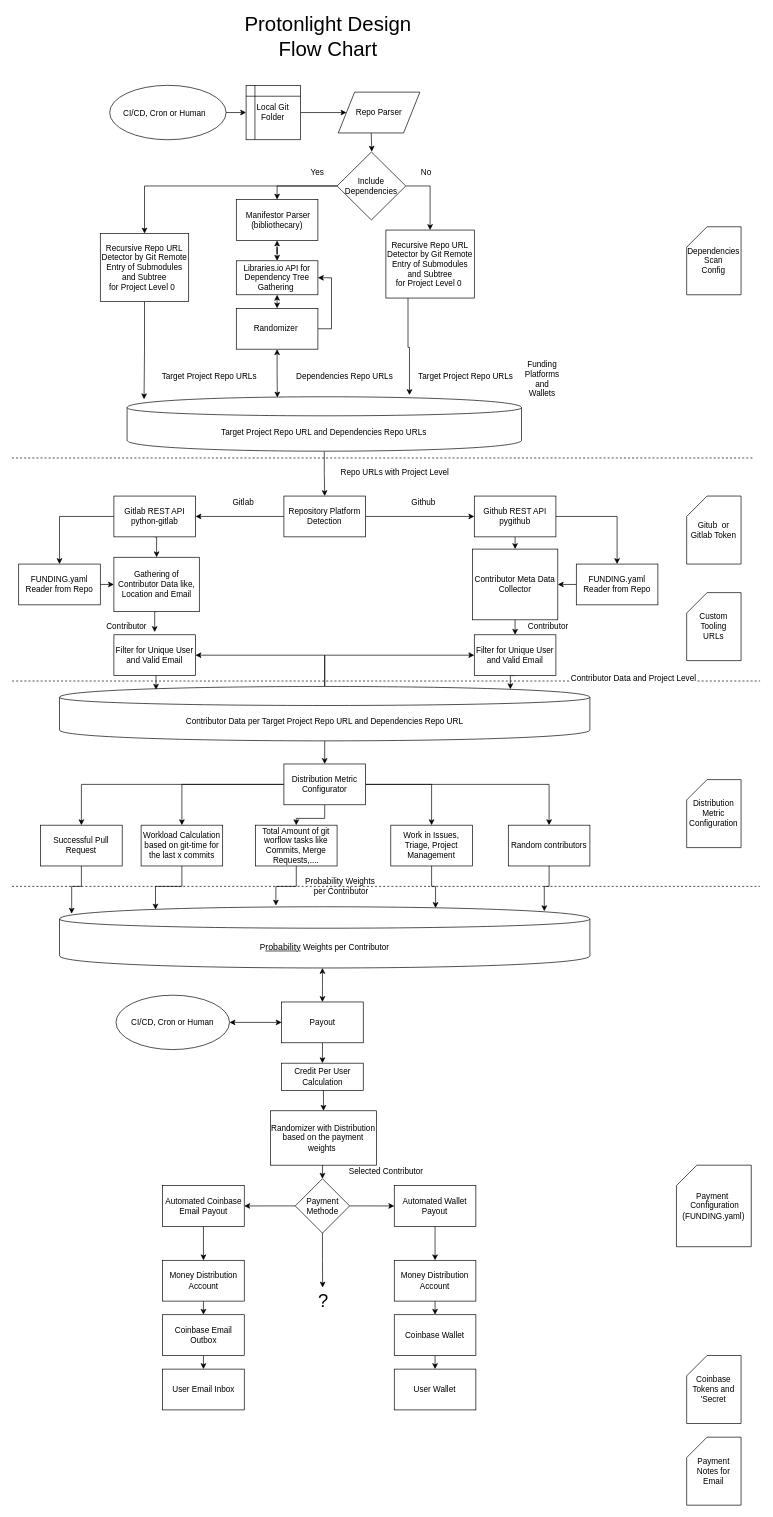
Before: docs/design/protonlight.drawio in protontypes/LibreSelery, a draw.io diagram. Source tidied: cells renumbered, new cells numbered last; positions are measured from the earlier drawing's top-left corner, leaving out a move shared by most shapes. Both pictures are drawn from the tidied source at 68%, with x=0, y=0 at pixel (12, 22).
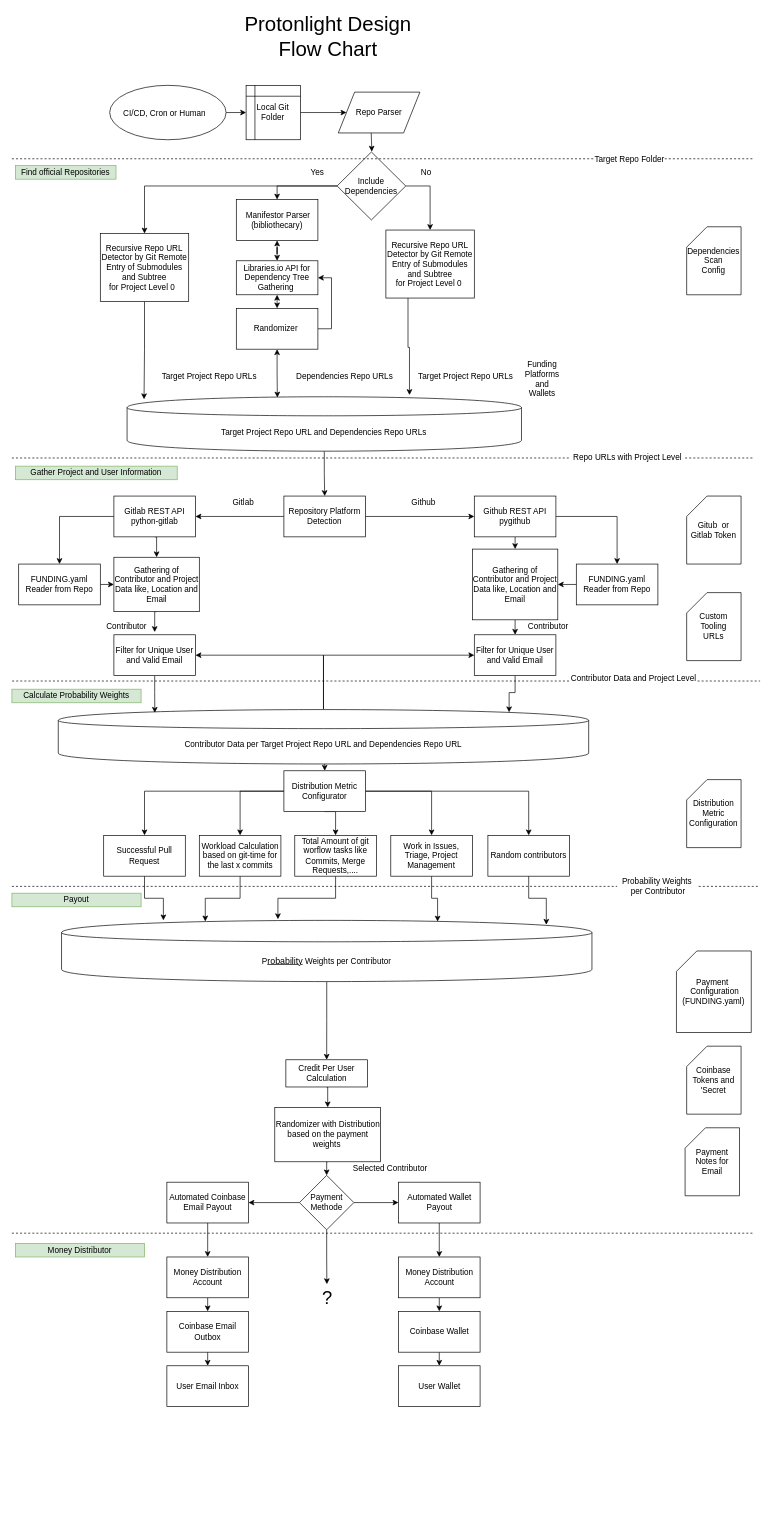
The same diagram, later.

Commit message (it also covers changes not shown here):
added text to boarders

The edit, as a diff of the source:
```diff
@@
-    <mxCell id="17" value="Repo URLs with Project Level" style="text;html=1;align=center;verticalAlign=middle;points=[];" parent="1" vertex="1">
-      <mxGeometry x="478.2" y="652" width="170" height="20" as="geometry" />
-    </mxCell>
@@
-    <mxCell id="22" value="Gathering of Contributor Data like, Location and Email" style="rounded=0;whiteSpace=wrap;html=1;" parent="1" vertex="1">
+    <mxCell id="22" value="Gathering of Contributor and Project Data like, Location and Email" style="rounded=0;whiteSpace=wrap;html=1;" parent="1" vertex="1">
       <mxGeometry x="150" y="786" width="125.6" height="80" as="geometry" />
     </mxCell>
@@
-    <mxCell id="24" value="Contributor Meta Data Collector" style="rounded=0;whiteSpace=wrap;html=1;" parent="1" vertex="1">
+    <mxCell id="24" value="Gathering of Contributor and Project Data like, Location and Email" style="rounded=0;whiteSpace=wrap;html=1;" parent="1" vertex="1">
       <mxGeometry x="677.2" y="774" width="125.6" height="104" as="geometry" />
     </mxCell>
@@
     <mxCell id="30" value="Contributor Data per Target Project Repo URL and Dependencies Repo URL" style="shape=cylinder;whiteSpace=wrap;html=1;boundedLbl=1;backgroundOutline=1;" parent="1" vertex="1">
-      <mxGeometry x="70" y="976" width="780" height="80" as="geometry" />
+      <mxGeometry x="68.2" y="1010" width="780" height="80" as="geometry" />
     </mxCell>
@@
     <mxCell id="38" value="Payment&amp;nbsp;&lt;br&gt;&amp;nbsp;Configuration&lt;br&gt;(FUNDING.yaml)" style="shape=card;whiteSpace=wrap;html=1;" parent="1" vertex="1">
-      <mxGeometry x="977.3" y="1680" width="110" height="119.9" as="geometry" />
+      <mxGeometry x="977.3" y="1365" width="110" height="119.9" as="geometry" />
     </mxCell>
@@
     <mxCell id="40" value="Payment Notes for Email" style="shape=card;whiteSpace=wrap;html=1;" parent="1" vertex="1">
-      <mxGeometry x="992.3" y="2080" width="80" height="100" as="geometry" />
+      <mxGeometry x="990" y="1625" width="80" height="100" as="geometry" />
     </mxCell>
@@
     <mxCell id="42" value="Randomizer with Distribution based on the payment weights&amp;nbsp;" style="rounded=0;whiteSpace=wrap;html=1;" parent="1" vertex="1">
-      <mxGeometry x="380.4" y="1600" width="155.6" height="80" as="geometry" />
+      <mxGeometry x="386.6" y="1595" width="155.6" height="80" as="geometry" />
     </mxCell>
     <mxCell id="43" value="User Email Inbox" style="rounded=0;whiteSpace=wrap;html=1;" parent="1" vertex="1">
-      <mxGeometry x="221.7" y="1979.9" width="120" height="60" as="geometry" />
+      <mxGeometry x="227.9" y="1975" width="120" height="60" as="geometry" />
     </mxCell>
@@
     <mxCell id="45" value="Coinbase Email Outbox" style="rounded=0;whiteSpace=wrap;html=1;" parent="1" vertex="1">
-      <mxGeometry x="221.7" y="1899.9" width="120" height="60" as="geometry" />
+      <mxGeometry x="227.9" y="1895" width="120" height="60" as="geometry" />
     </mxCell>
@@
     <mxCell id="47" value="Money Distribution Account" style="rounded=0;whiteSpace=wrap;html=1;" parent="1" vertex="1">
-      <mxGeometry x="221.7" y="1819.9" width="120" height="60" as="geometry" />
+      <mxGeometry x="227.9" y="1815" width="120" height="60" as="geometry" />
     </mxCell>
@@
-    <mxCell id="65" style="edgeStyle=orthogonalEdgeStyle;rounded=0;jettySize=auto;html=1;startArrow=classic;startFill=1;" parent="1" edge="1" source="66" target="100">
-      <mxGeometry relative="1" as="geometry" />
-    </mxCell>
-    <mxCell id="66" value="&lt;span style=&quot;text-align: left&quot;&gt;CI/CD,&amp;nbsp;Cron or Human&lt;/span&gt;" style="ellipse;whiteSpace=wrap;html=1;" parent="1" vertex="1">
-      <mxGeometry x="153.1" y="1430" width="166.9" height="80" as="geometry" />
-    </mxCell>
-    <mxCell id="67" style="edgeStyle=orthogonalEdgeStyle;rounded=0;jettySize=auto;html=1;exitX=0.5;exitY=1;exitDx=0;exitDy=0;" parent="1" edge="1" source="72" target="76">
-      <mxGeometry relative="1" as="geometry" />
-    </mxCell>
@@
+    <mxCell id="67" style="edgeStyle=orthogonalEdgeStyle;rounded=0;jettySize=auto;html=1;exitX=0.5;exitY=1;exitDx=0;exitDy=0;entryX=0.5;entryY=0;entryDx=0;entryDy=0;" parent="1" edge="1" source="72" target="76">
+      <mxGeometry relative="1" as="geometry" />
+    </mxCell>
     <mxCell id="72" value="Distribution Metric Configurator" style="rounded=0;whiteSpace=wrap;html=1;" parent="1" vertex="1">
-      <mxGeometry x="400" y="1090" width="120" height="60" as="geometry" />
+      <mxGeometry x="400" y="1100" width="120" height="60" as="geometry" />
     </mxCell>
-    <mxCell id="73" style="edgeStyle=orthogonalEdgeStyle;rounded=0;jettySize=auto;html=1;exitX=0.5;exitY=1;exitDx=0;exitDy=0;entryX=0.181;entryY=0.046;entryDx=0;entryDy=0;entryPerimeter=0;" parent="1" edge="1" source="74" target="79">
+    <mxCell id="73" style="edgeStyle=orthogonalEdgeStyle;rounded=0;jettySize=auto;html=1;exitX=0.5;exitY=1;exitDx=0;exitDy=0;entryX=0.271;entryY=0.017;entryDx=0;entryDy=0;entryPerimeter=0;" parent="1" edge="1" source="74" target="79">
       <mxGeometry relative="1" as="geometry" />
     </mxCell>
     <mxCell id="74" value="Workload Calculation based on git-time for the last x commits" style="rounded=0;whiteSpace=wrap;html=1;" parent="1" vertex="1">
-      <mxGeometry x="190" y="1180" width="120" height="60" as="geometry" />
+      <mxGeometry x="275.6" y="1195" width="120" height="60" as="geometry" />
     </mxCell>
@@
     <mxCell id="76" value="Total Amount of git worflow tasks like Commits, Merge Requests,...." style="rounded=0;whiteSpace=wrap;html=1;" parent="1" vertex="1">
-      <mxGeometry x="358.2" y="1180" width="120" height="60" as="geometry" />
+      <mxGeometry x="416" y="1195" width="120" height="60" as="geometry" />
     </mxCell>
@@
     <mxCell id="78" value="Work in Issues, Triage, Project Management" style="rounded=0;whiteSpace=wrap;html=1;" parent="1" vertex="1">
-      <mxGeometry x="557.2" y="1180" width="120" height="60" as="geometry" />
+      <mxGeometry x="557.2" y="1195" width="120" height="60" as="geometry" />
     </mxCell>
+    <mxCell id="121" style="edgeStyle=orthogonalEdgeStyle;rounded=0;jettySize=auto;html=1;exitX=0.5;exitY=1;exitDx=0;exitDy=0;entryX=0.5;entryY=0;entryDx=0;entryDy=0;" parent="1" edge="1" source="79" target="113">
+      <mxGeometry relative="1" as="geometry" />
+    </mxCell>
     <mxCell id="79" value="P&lt;a href=&quot;https://www.dict.cc/englisch-deutsch/probability.html&quot; style=&quot;color: black ; font-family: &amp;#34;arial&amp;#34; , &amp;#34;helvetica&amp;#34; , sans-serif ; font-size: 13px&quot;&gt;robability&lt;/a&gt;&amp;nbsp;Weights&amp;nbsp;per Contributor" style="shape=cylinder;whiteSpace=wrap;html=1;boundedLbl=1;backgroundOutline=1;" parent="1" vertex="1">
-      <mxGeometry x="70" y="1300" width="780" height="90" as="geometry" />
+      <mxGeometry x="73" y="1320" width="780" height="90" as="geometry" />
     </mxCell>
-    <mxCell id="80" value="Probability Weights&amp;nbsp;&lt;br&gt;per Contributor" style="text;html=1;align=center;verticalAlign=middle;points=[];" parent="1" vertex="1">
-      <mxGeometry x="424.4" y="1255" width="120" height="30" as="geometry" />
-    </mxCell>
     <mxCell id="81" value="&lt;span style=&quot;text-align: left ; white-space: nowrap&quot;&gt;Coinbase &lt;br&gt;Tokens and &lt;br&gt;'Secret&lt;/span&gt;" style="shape=card;whiteSpace=wrap;html=1;" parent="1" vertex="1">
-      <mxGeometry x="992.3" y="1959.9" width="80" height="100" as="geometry" />
+      <mxGeometry x="992.3" y="1505" width="80" height="100" as="geometry" />
     </mxCell>
@@
     <mxCell id="84" style="edgeStyle=orthogonalEdgeStyle;rounded=0;jettySize=auto;html=1;exitX=0.5;exitY=1;exitDx=0;exitDy=0;startArrow=none;startFill=0;" parent="1" edge="1" source="85">
       <mxGeometry relative="1" as="geometry">
-        <mxPoint x="457" y="1860" as="targetPoint" />
+        <mxPoint x="463.2" y="1855" as="targetPoint" />
       </mxGeometry>
     </mxCell>
     <mxCell id="85" value="Payment Methode" style="rhombus;whiteSpace=wrap;html=1;" parent="1" vertex="1">
-      <mxGeometry x="416.7" y="1699.9" width="80" height="80" as="geometry" />
+      <mxGeometry x="422.9" y="1695" width="80" height="80" as="geometry" />
     </mxCell>
@@
     <mxCell id="87" value="Automated Coinbase Email Payout" style="rounded=0;whiteSpace=wrap;html=1;" parent="1" vertex="1">
-      <mxGeometry x="221.7" y="1710" width="120" height="60" as="geometry" />
+      <mxGeometry x="227.9" y="1705" width="120" height="60" as="geometry" />
     </mxCell>
     <mxCell id="88" value="User Wallet" style="rounded=0;whiteSpace=wrap;html=1;" parent="1" vertex="1">
-      <mxGeometry x="562.3" y="1979.9" width="120" height="60" as="geometry" />
+      <mxGeometry x="568.5" y="1975" width="120" height="60" as="geometry" />
     </mxCell>
@@
     <mxCell id="90" value="Coinbase Wallet" style="rounded=0;whiteSpace=wrap;html=1;" parent="1" vertex="1">
-      <mxGeometry x="562.3" y="1899.9" width="120" height="60" as="geometry" />
+      <mxGeometry x="568.5" y="1895" width="120" height="60" as="geometry" />
     </mxCell>
@@
     <mxCell id="92" value="Money Distribution Account" style="rounded=0;whiteSpace=wrap;html=1;" parent="1" vertex="1">
-      <mxGeometry x="562.3" y="1819.9" width="120" height="60" as="geometry" />
+      <mxGeometry x="568.5" y="1815" width="120" height="60" as="geometry" />
     </mxCell>
@@
     <mxCell id="94" value="Automated Wallet Payout" style="rounded=0;whiteSpace=wrap;html=1;" parent="1" vertex="1">
-      <mxGeometry x="562.3" y="1710" width="120" height="60" as="geometry" />
+      <mxGeometry x="568.5" y="1705" width="120" height="60" as="geometry" />
     </mxCell>
@@
     <mxCell id="97" value="Random contributors" style="rounded=0;whiteSpace=wrap;html=1;" parent="1" vertex="1">
-      <mxGeometry x="730" y="1180" width="120" height="60" as="geometry" />
+      <mxGeometry x="700" y="1195" width="120" height="60" as="geometry" />
     </mxCell>
-    <mxCell id="98" style="edgeStyle=orthogonalEdgeStyle;rounded=0;jettySize=auto;html=1;exitX=0.5;exitY=0;exitDx=0;exitDy=0;startArrow=classic;startFill=1;" parent="1" edge="1" source="100">
-      <mxGeometry relative="1" as="geometry">
-        <mxPoint x="456.7" y="1390" as="targetPoint" />
-      </mxGeometry>
-    </mxCell>
-    <mxCell id="99" style="edgeStyle=orthogonalEdgeStyle;rounded=0;jettySize=auto;html=1;exitX=0.5;exitY=1;exitDx=0;exitDy=0;entryX=0.5;entryY=0;entryDx=0;entryDy=0;" parent="1" edge="1" source="100" target="113">
-      <mxGeometry relative="1" as="geometry" />
-    </mxCell>
-    <mxCell id="100" value="Payout" style="rounded=0;whiteSpace=wrap;html=1;" parent="1" vertex="1">
-      <mxGeometry x="396.7" y="1440" width="120" height="60" as="geometry" />
-    </mxCell>
     <mxCell id="101" value="Selected Contributor" style="text;html=1;strokeColor=none;fillColor=none;align=center;verticalAlign=middle;whiteSpace=wrap;rounded=0;" parent="1" vertex="1">
-      <mxGeometry x="485" y="1680" width="130.6" height="20" as="geometry" />
+      <mxGeometry x="491.2" y="1675" width="130.6" height="20" as="geometry" />
     </mxCell>
@@
     <mxCell id="106" value="&lt;font style=&quot;font-size: 27px&quot;&gt;?&lt;/font&gt;" style="text;html=1;strokeColor=none;fillColor=none;align=center;verticalAlign=middle;whiteSpace=wrap;rounded=0;" parent="1" vertex="1">
-      <mxGeometry x="438.2" y="1870" width="40" height="20" as="geometry" />
+      <mxGeometry x="444.4" y="1865" width="40" height="20" as="geometry" />
     </mxCell>
-    <mxCell id="107" style="edgeStyle=orthogonalEdgeStyle;rounded=0;jettySize=auto;html=1;exitX=0.5;exitY=1;exitDx=0;exitDy=0;entryX=0.023;entryY=0.113;entryDx=0;entryDy=0;entryPerimeter=0;" parent="1" edge="1" source="108" target="79">
+    <mxCell id="107" style="edgeStyle=orthogonalEdgeStyle;rounded=0;jettySize=auto;html=1;exitX=0.5;exitY=1;exitDx=0;exitDy=0;entryX=0.192;entryY=0;entryDx=0;entryDy=0;entryPerimeter=0;" parent="1" edge="1" source="108" target="79">
       <mxGeometry relative="1" as="geometry" />
     </mxCell>
     <mxCell id="108" value="Successful Pull Request" style="rounded=0;whiteSpace=wrap;html=1;" parent="1" vertex="1">
-      <mxGeometry x="42.2" y="1180" width="120" height="60" as="geometry" />
+      <mxGeometry x="135" y="1195" width="120" height="60" as="geometry" />
     </mxCell>
-    <mxCell id="109" style="endArrow=none;dashed=1;html=1;" parent="1" edge="1">
+    <mxCell id="109" style="endArrow=none;dashed=1;html=1;" parent="1" edge="1" source="80">
       <mxGeometry relative="1" as="geometry">
-        <mxPoint y="1270" as="sourcePoint" />
         <mxPoint x="1100" y="1270" as="targetPoint" />
       </mxGeometry>
     </mxCell>
@@
     <mxCell id="113" value="Credit Per User Calculation" style="rounded=0;whiteSpace=wrap;html=1;" parent="1" vertex="1">
-      <mxGeometry x="396.7" y="1530" width="120" height="40" as="geometry" />
+      <mxGeometry x="402.9" y="1525" width="120" height="40" as="geometry" />
     </mxCell>
-    <mxCell id="114" style="endArrow=none;dashed=1;html=1;" parent="1" edge="1">
+    <mxCell id="114" style="endArrow=none;dashed=1;html=1;" parent="1" edge="1" source="17">
       <mxGeometry relative="1" as="geometry">
-        <mxPoint y="640" as="sourcePoint" />
         <mxPoint x="1090" y="640" as="targetPoint" />
       </mxGeometry>
     </mxCell>
@@
+    <mxCell id="122" style="endArrow=none;dashed=1;html=1;" parent="1" edge="1">
+      <mxGeometry relative="1" as="geometry">
+        <mxPoint y="200" as="sourcePoint" />
+        <mxPoint x="1090" y="200" as="targetPoint" />
+      </mxGeometry>
+    </mxCell>
+    <mxCell id="123" value="Target Repo Folder" style="text;html=1;align=center;verticalAlign=middle;labelBackgroundColor=#ffffff;" parent="122" vertex="1">
+      <mxGeometry x="0.64" y="-2" relative="1" as="geometry">
+        <mxPoint x="13" y="-2" as="offset" />
+      </mxGeometry>
+    </mxCell>
+    <mxCell id="124" value="Find official Repositories" style="text;html=1;strokeColor=#82b366;fillColor=#d5e8d4;align=center;verticalAlign=middle;whiteSpace=wrap;rounded=0;" parent="1" vertex="1">
+      <mxGeometry x="5.1" y="210" width="148" height="20" as="geometry" />
+    </mxCell>
+    <mxCell id="125" value="Gather Project and User Information" style="text;html=1;strokeColor=#82b366;fillColor=#d5e8d4;align=center;verticalAlign=middle;whiteSpace=wrap;rounded=0;" parent="1" vertex="1">
+      <mxGeometry x="5.1" y="652" width="238" height="20" as="geometry" />
+    </mxCell>
+    <mxCell id="126" value="Calculate Probability Weights" style="text;html=1;strokeColor=#82b366;fillColor=#d5e8d4;align=center;verticalAlign=middle;whiteSpace=wrap;rounded=0;" parent="1" vertex="1">
+      <mxGeometry y="980" width="190" height="20" as="geometry" />
+    </mxCell>
+    <mxCell id="80" value="Probability Weights&amp;nbsp;&lt;br&gt;per Contributor" style="text;html=1;align=center;verticalAlign=middle;points=[];" parent="1" vertex="1">
+      <mxGeometry x="890" y="1255" width="120" height="30" as="geometry" />
+    </mxCell>
+    <mxCell id="127" style="endArrow=none;dashed=1;html=1;" parent="1" edge="1" target="80">
+      <mxGeometry relative="1" as="geometry">
+        <mxPoint y="1270" as="sourcePoint" />
+      </mxGeometry>
+    </mxCell>
+    <mxCell id="17" value="Repo URLs with Project Level" style="text;html=1;align=center;verticalAlign=middle;points=[];" parent="1" vertex="1">
+      <mxGeometry x="820" y="630" width="170" height="20" as="geometry" />
+    </mxCell>
+    <mxCell id="128" style="endArrow=none;dashed=1;html=1;" parent="1" edge="1" target="17">
+      <mxGeometry relative="1" as="geometry">
+        <mxPoint y="640" as="sourcePoint" />
+      </mxGeometry>
+    </mxCell>
+    <mxCell id="100" value="Payout" style="text;html=1;strokeColor=#82b366;fillColor=#d5e8d4;align=center;verticalAlign=middle;whiteSpace=wrap;rounded=0;" parent="1" vertex="1">
+      <mxGeometry y="1280" width="190" height="20" as="geometry" />
+    </mxCell>
+    <mxCell id="129" style="endArrow=none;dashed=1;html=1;" parent="1" edge="1">
+      <mxGeometry relative="1" as="geometry">
+        <mxPoint y="1780" as="sourcePoint" />
+        <mxPoint x="1090" y="1780" as="targetPoint" />
+      </mxGeometry>
+    </mxCell>
+    <mxCell id="130" value="Money Distributor" style="text;html=1;strokeColor=#82b366;fillColor=#d5e8d4;align=center;verticalAlign=middle;whiteSpace=wrap;rounded=0;" parent="1" vertex="1">
+      <mxGeometry x="5.1" y="1795" width="190" height="20" as="geometry" />
+    </mxCell>
```
